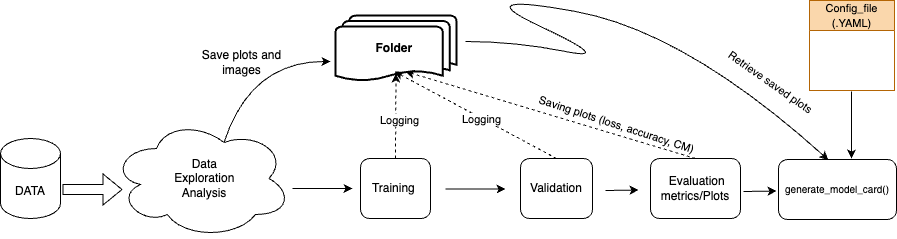
Before: source/imgs/pipeline.png, a diagram exported from draw.io (LucidJun/DREAM). Source tidied: cells renumbered, new cells last; positions are measured from the earlier drawing's top-left corner, leaving out a move shared by most shapes. Its diagram source:
```xml
<mxGraphModel background="#ffffff">
  <root>
    <mxCell id="0" />
    <mxCell id="1" parent="0" />
    <mxCell id="2" value="Save plots and images" style="rounded=0;whiteSpace=wrap;html=1;strokeColor=none;rotation=0;" parent="1" vertex="1">
      <mxGeometry x="192.2" y="34" width="98.8" height="74.3" as="geometry" />
    </mxCell>
    <mxCell id="3" value="&amp;nbsp; Data&lt;div&gt;&amp;nbsp; &amp;nbsp;Exploration&amp;nbsp;&lt;/div&gt;&lt;div&gt;&amp;nbsp; Analysis&lt;/div&gt;" style="ellipse;shape=cloud;whiteSpace=wrap;html=1;" parent="1" vertex="1">
      <mxGeometry x="111" y="127" width="180" height="120" as="geometry" />
    </mxCell>
    <mxCell id="4" value="&lt;b&gt;Folder&amp;nbsp;&lt;/b&gt;" style="strokeWidth=2;html=1;shape=mxgraph.flowchart.multi-document;whiteSpace=wrap;" parent="1" vertex="1">
      <mxGeometry x="335" y="24" width="121" height="66" as="geometry" />
    </mxCell>
    <mxCell id="5" style="curved=1;endArrow=classic;html=1;rounded=0;exitX=0.625;exitY=0.2;exitDx=0;exitDy=0;exitPerimeter=0;" parent="1" edge="1" source="3">
      <mxGeometry relative="1" as="geometry">
        <mxPoint x="330" y="70" as="targetPoint" />
        <Array as="points">
          <mxPoint x="250" y="70" />
        </Array>
      </mxGeometry>
    </mxCell>
    <mxCell id="6" value="DATA" style="shape=cylinder3;whiteSpace=wrap;html=1;boundedLbl=1;backgroundOutline=1;size=15;" parent="1" vertex="1">
      <mxGeometry y="147" width="60" height="80" as="geometry" />
    </mxCell>
    <mxCell id="7" style="shape=flexArrow;endArrow=classic;html=1;rounded=0;" parent="1" edge="1">
      <mxGeometry relative="1" as="geometry">
        <mxPoint x="62" y="198" as="sourcePoint" />
        <mxPoint x="122" y="198" as="targetPoint" />
      </mxGeometry>
    </mxCell>
    <mxCell id="8" value="Training&amp;nbsp;" style="rounded=1;whiteSpace=wrap;html=1;" parent="1" vertex="1">
      <mxGeometry x="360" y="167" width="70" height="60" as="geometry" />
    </mxCell>
    <mxCell id="9" value="&lt;div&gt;Validation&lt;/div&gt;" style="rounded=1;whiteSpace=wrap;html=1;" parent="1" vertex="1">
      <mxGeometry x="520" y="167" width="72" height="60" as="geometry" />
    </mxCell>
    <mxCell id="10" style="endArrow=classic;html=1;rounded=0;" parent="1" edge="1">
      <mxGeometry relative="1" as="geometry">
        <mxPoint x="292" y="197" as="sourcePoint" />
        <mxPoint x="352" y="197" as="targetPoint" />
      </mxGeometry>
    </mxCell>
    <mxCell id="11" style="endArrow=classic;html=1;rounded=0;" parent="1" edge="1">
      <mxGeometry relative="1" as="geometry">
        <mxPoint x="445" y="197.5" as="sourcePoint" />
        <mxPoint x="505" y="197.5" as="targetPoint" />
      </mxGeometry>
    </mxCell>
    <mxCell id="12" value="&amp;nbsp;Evaluation metrics/Plots" style="rounded=1;whiteSpace=wrap;html=1;" parent="1" vertex="1">
      <mxGeometry x="650" y="167" width="90" height="60" as="geometry" />
    </mxCell>
    <mxCell id="13" style="endArrow=classic;html=1;rounded=0;dashed=1;exitX=0.5;exitY=0;exitDx=0;exitDy=0;" parent="1" edge="1" source="12">
      <mxGeometry relative="1" as="geometry">
        <mxPoint x="405" y="80" as="targetPoint" />
      </mxGeometry>
    </mxCell>
    <mxCell id="14" value="Saving plots (loss, accuracy, CM)" style="edgeLabel;html=1;align=center;verticalAlign=middle;rotation=18;" parent="13" vertex="1">
      <mxGeometry x="-0.03" relative="1" as="geometry">
        <mxPoint x="61" y="8" as="offset" />
      </mxGeometry>
    </mxCell>
    <mxCell id="15" style="endArrow=classic;html=1;rounded=0;dashed=1;exitX=0.5;exitY=0;exitDx=0;exitDy=0;" parent="1" edge="1" source="9">
      <mxGeometry relative="1" as="geometry">
        <mxPoint x="394" y="80" as="targetPoint" />
      </mxGeometry>
    </mxCell>
    <mxCell id="16" style="endArrow=classic;html=1;rounded=0;dashed=1;exitX=0.5;exitY=0;exitDx=0;exitDy=0;entryX=0.5;entryY=0.88;entryDx=0;entryDy=0;entryPerimeter=0;" parent="1" edge="1" source="8" target="4">
      <mxGeometry relative="1" as="geometry" />
    </mxCell>
    <mxCell id="17" value="Logging" style="edgeLabel;html=1;align=center;verticalAlign=middle;" parent="16" vertex="1">
      <mxGeometry x="-0.19" relative="1" as="geometry">
        <mxPoint x="3" y="-5" as="offset" />
      </mxGeometry>
    </mxCell>
    <mxCell id="18" value="Logging" style="edgeLabel;html=1;align=center;verticalAlign=middle;" parent="1" vertex="1">
      <mxGeometry x="480" y="127" as="geometry" />
    </mxCell>
    <mxCell id="19" value="&lt;div&gt;&lt;font style=&quot;font-size: 10px;&quot;&gt;generate_model_card()&lt;/font&gt;&lt;/div&gt;" style="rounded=1;whiteSpace=wrap;html=1;" parent="1" vertex="1">
      <mxGeometry x="778" y="168" width="118" height="60" as="geometry" />
    </mxCell>
    <mxCell id="20" style="curved=1;endArrow=classic;html=1;rounded=0;entryX=0.423;entryY=0.008;entryDx=0;entryDy=0;entryPerimeter=0;" parent="1" edge="1" target="19">
      <mxGeometry relative="1" as="geometry">
        <mxPoint x="465" y="50" as="sourcePoint" />
        <Array as="points">
          <mxPoint x="515" y="50" />
          <mxPoint x="615" y="70" />
          <mxPoint x="465" />
          <mxPoint x="685" y="40" />
        </Array>
      </mxGeometry>
    </mxCell>
    <mxCell id="21" value="Retrieve saved plots" style="edgeLabel;html=1;align=center;verticalAlign=middle;rotation=35;" parent="1" vertex="1">
      <mxGeometry x="770" y="90" as="geometry" />
    </mxCell>
    <mxCell id="22" style="endArrow=classic;html=1;rounded=0;" parent="1" edge="1">
      <mxGeometry relative="1" as="geometry">
        <mxPoint x="605" y="199" as="sourcePoint" />
        <mxPoint x="638" y="198.5" as="targetPoint" />
      </mxGeometry>
    </mxCell>
    <mxCell id="23" style="endArrow=classic;html=1;rounded=0;" parent="1" edge="1">
      <mxGeometry relative="1" as="geometry">
        <mxPoint x="743" y="200" as="sourcePoint" />
        <mxPoint x="776" y="199.5" as="targetPoint" />
      </mxGeometry>
    </mxCell>
    <mxCell id="24" value="&lt;span style=&quot;font-weight: normal;&quot;&gt;&lt;font style=&quot;font-size: 11px;&quot;&gt;Config_file (.YAML)&lt;/font&gt;&lt;/span&gt;" style="swimlane;whiteSpace=wrap;html=1;startSize=30;fillColor=#fad7ac;strokeColor=#b46504;swimlaneFillColor=default;fillStyle=solid;" parent="1" vertex="1">
      <mxGeometry x="809" y="9" width="85" height="90" as="geometry" />
    </mxCell>
    <mxCell id="25" style="endArrow=classic;html=1;rounded=0;entryX=0.5;entryY=0;entryDx=0;entryDy=0;" parent="1" edge="1">
      <mxGeometry relative="1" as="geometry">
        <mxPoint x="851" y="100" as="sourcePoint" />
        <mxPoint x="851" y="167" as="targetPoint" />
      </mxGeometry>
    </mxCell>
  </root>
</mxGraphModel>
```
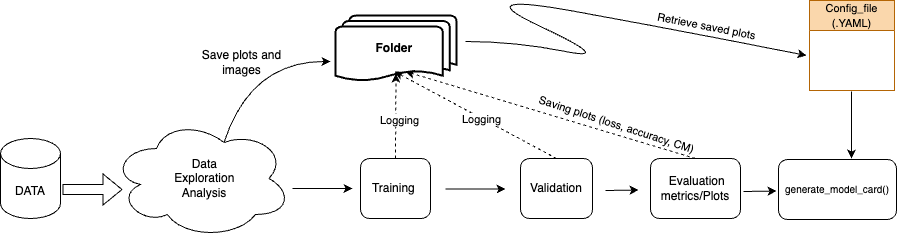
After the commit.

Change to the diagram source:
```diff
@@ -78,9 +78,10 @@
     <mxCell id="19" value="&lt;div&gt;&lt;font style=&quot;font-size: 10px;&quot;&gt;generate_model_card()&lt;/font&gt;&lt;/div&gt;" style="rounded=1;whiteSpace=wrap;html=1;" parent="1" vertex="1">
       <mxGeometry x="778" y="168" width="118" height="60" as="geometry" />
     </mxCell>
-    <mxCell id="20" style="curved=1;endArrow=classic;html=1;rounded=0;entryX=0.423;entryY=0.008;entryDx=0;entryDy=0;entryPerimeter=0;" parent="1" edge="1" target="19">
+    <mxCell id="20" style="curved=1;endArrow=classic;html=1;rounded=0;" parent="1" edge="1">
       <mxGeometry relative="1" as="geometry">
         <mxPoint x="465" y="50" as="sourcePoint" />
+        <mxPoint x="806" y="64" as="targetPoint" />
         <Array as="points">
           <mxPoint x="515" y="50" />
           <mxPoint x="615" y="70" />
@@ -89,8 +90,8 @@
         </Array>
       </mxGeometry>
     </mxCell>
-    <mxCell id="21" value="Retrieve saved plots" style="edgeLabel;html=1;align=center;verticalAlign=middle;rotation=35;" parent="1" vertex="1">
-      <mxGeometry x="770" y="90" as="geometry" />
+    <mxCell id="21" value="Retrieve saved plots" style="edgeLabel;html=1;align=center;verticalAlign=middle;rotation=11;" parent="1" vertex="1">
+      <mxGeometry x="706" y="34" as="geometry" />
     </mxCell>
     <mxCell id="22" style="endArrow=classic;html=1;rounded=0;" parent="1" edge="1">
       <mxGeometry relative="1" as="geometry">
```
